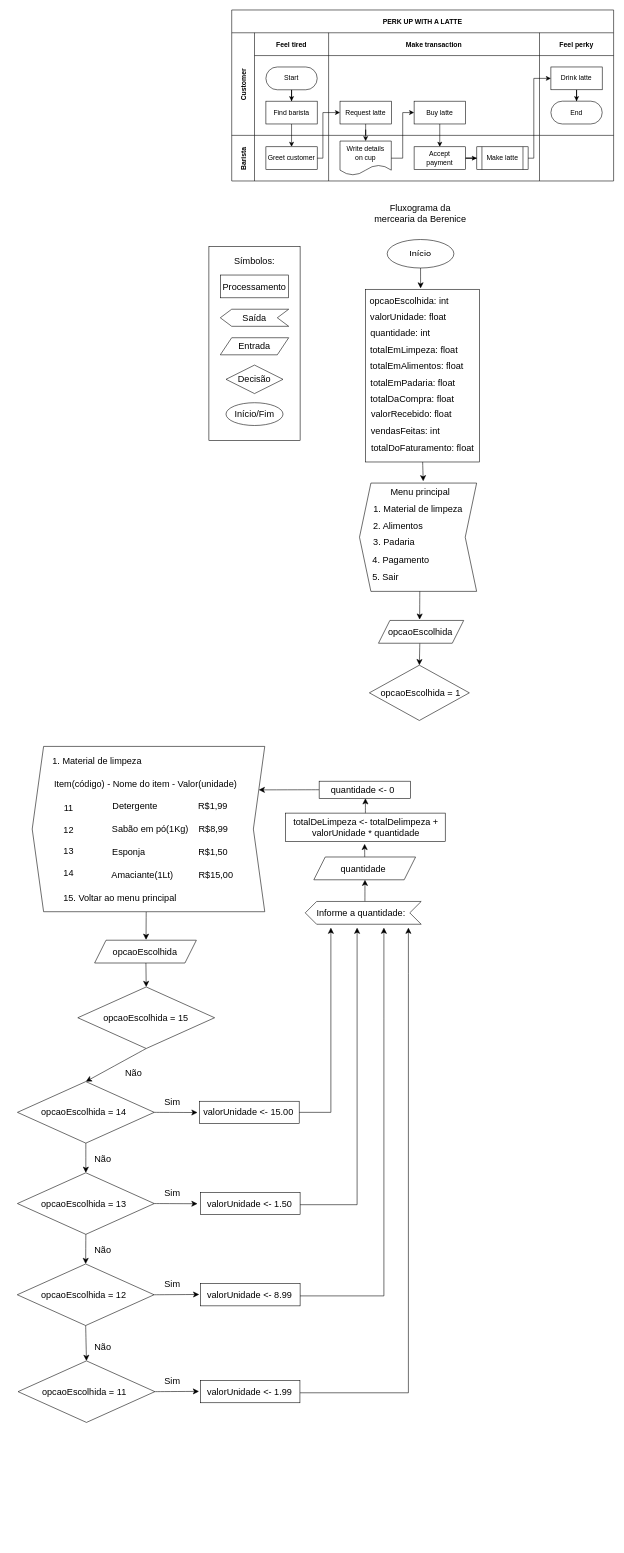
The draw.io diagram docs/berenice-flowchart.drawio in gabrielruizmb/berenice-grocery, before the edit. Source tidied: cells renumbered, new cells numbered last; positions are measured from the earlier drawing's top-left corner, leaving out a move shared by most shapes. Both pictures are drawn from the tidied source at 57%, with x=0, y=0 at pixel (17, 10).
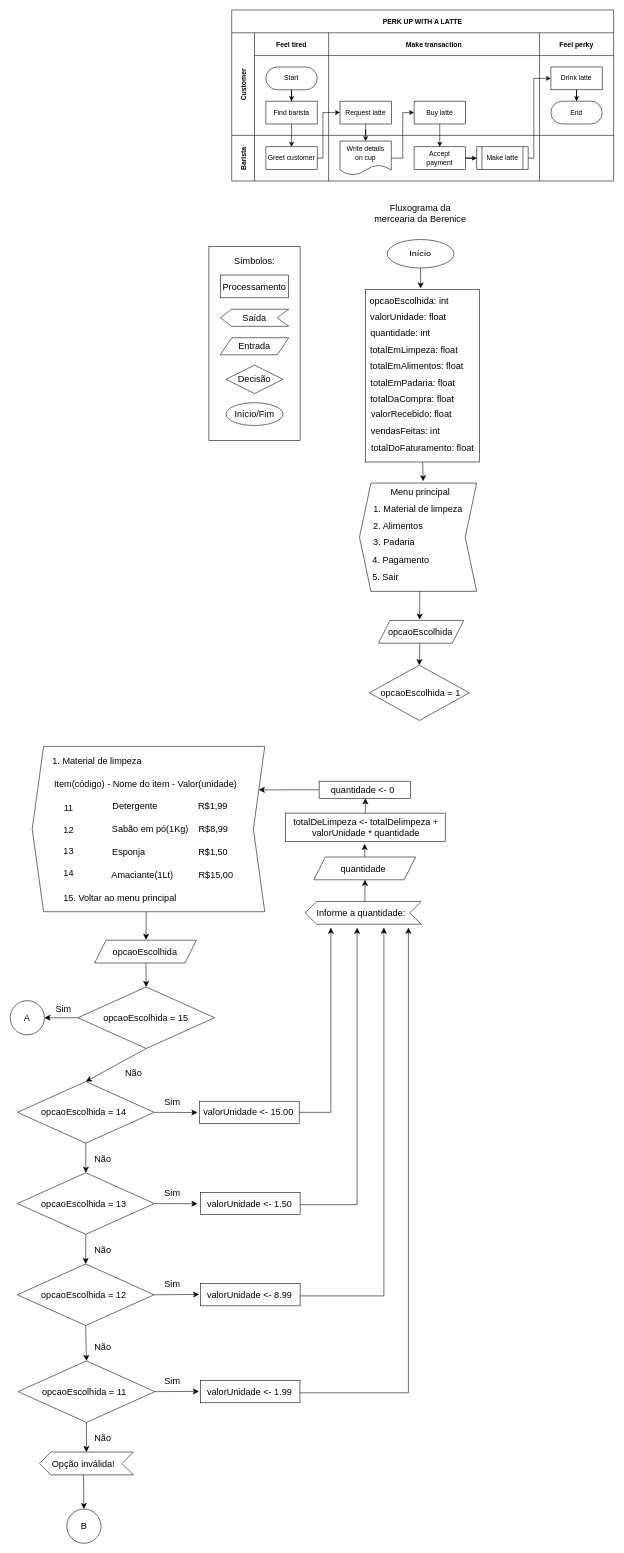
The same diagram, later.

The change refers to these unchanged cells:
```xml
<mxCell id="12" style="rhombus;whiteSpace=wrap;html=1;" parent="1" vertex="1">
  <mxGeometry x="106" y="1714" width="240" height="108" as="geometry" />
</mxCell>
<mxCell id="116" style="rhombus;whiteSpace=wrap;html=1;" parent="1" vertex="1">
  <mxGeometry x="1.2" y="2370" width="240" height="108" as="geometry" />
</mxCell>
```

The edit, as a diff of the source:
```diff
@@
+    <mxCell id="134" style="edgeStyle=none;curved=1;rounded=0;jettySize=auto;html=1;exitX=0;exitY=0.5;exitDx=0;exitDy=0;entryX=1;entryY=0.5;entryDx=0;entryDy=0;fontSize=12;startSize=8;endSize=8;" parent="1" edge="1" source="12" target="143">
+      <mxGeometry relative="1" as="geometry" />
+    </mxCell>
@@
+    <mxCell id="135" style="edgeStyle=none;curved=1;rounded=0;jettySize=auto;html=1;exitX=0.5;exitY=1;exitDx=0;exitDy=0;entryX=0.5;entryY=1;entryDx=0;entryDy=0;fontSize=12;startSize=8;endSize=8;" parent="1" edge="1" source="116" target="136">
+      <mxGeometry relative="1" as="geometry" />
+    </mxCell>
@@
+    <mxCell id="136" style="shape=step;perimeter=stepPerimeter;whiteSpace=wrap;html=1;fixedSize=1;direction=west;" parent="1" vertex="1">
+      <mxGeometry x="38.7" y="2530" width="164.8" height="40" as="geometry" />
+    </mxCell>
+    <mxCell id="137" style="edgeStyle=none;curved=1;rounded=0;jettySize=auto;html=1;fontSize=12;startSize=8;endSize=8;" parent="1" edge="1" target="140">
+      <mxGeometry relative="1" as="geometry">
+        <mxPoint x="116" y="2570" as="sourcePoint" />
+      </mxGeometry>
+    </mxCell>
+    <mxCell id="138" value="Opção inválida!" style="text;strokeColor=none;fillColor=none;html=1;align=center;verticalAlign=middle;whiteSpace=wrap;rounded=0;fontSize=16;" parent="1" vertex="1">
+      <mxGeometry x="51.4" y="2535" width="130" height="30" as="geometry" />
+    </mxCell>
+    <mxCell id="139" value="Não" style="text;strokeColor=none;fillColor=none;html=1;align=center;verticalAlign=middle;whiteSpace=wrap;rounded=0;fontSize=16;" parent="1" vertex="1">
+      <mxGeometry x="120.2" y="2490" width="60" height="30" as="geometry" />
+    </mxCell>
+    <mxCell id="140" style="ellipse;whiteSpace=wrap;html=1;" parent="1" vertex="1">
+      <mxGeometry x="86.7" y="2630" width="60" height="60" as="geometry" />
+    </mxCell>
+    <mxCell id="141" value="B" style="text;strokeColor=none;fillColor=none;html=1;align=center;verticalAlign=middle;whiteSpace=wrap;rounded=0;fontSize=16;" parent="1" vertex="1">
+      <mxGeometry x="86.7" y="2645" width="60" height="30" as="geometry" />
+    </mxCell>
+    <mxCell id="142" style="ellipse;whiteSpace=wrap;html=1;" parent="1" vertex="1">
+      <mxGeometry x="-12.6" y="1738" width="60" height="60" as="geometry" />
+    </mxCell>
+    <mxCell id="143" value="A" style="text;strokeColor=none;fillColor=none;html=1;align=center;verticalAlign=middle;whiteSpace=wrap;rounded=0;fontSize=16;" parent="1" vertex="1">
+      <mxGeometry x="-12.6" y="1753" width="60" height="30" as="geometry" />
+    </mxCell>
+    <mxCell id="144" value="Sim" style="text;strokeColor=none;fillColor=none;html=1;align=center;verticalAlign=middle;whiteSpace=wrap;rounded=0;fontSize=16;" parent="1" vertex="1">
+      <mxGeometry x="51.4" y="1738" width="60" height="30" as="geometry" />
+    </mxCell>
```
